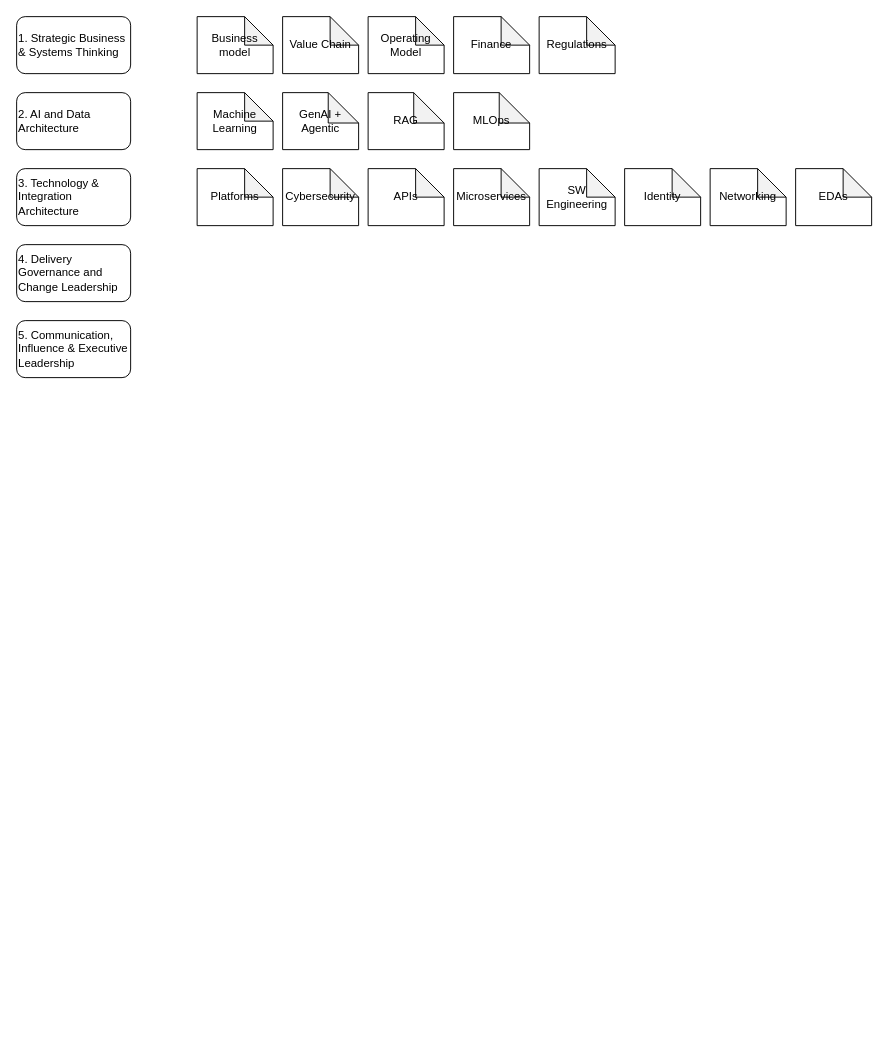
Earlier version of the draw.io diagram page "EA Competencies" (1 of 2) of assets/E_A_Skillsets.drawio (knaidoo/github-slideshow). Source tidied: cells renumbered, new cells numbered last; positions are measured from the earlier drawing's top-left corner, leaving out a move shared by most shapes. Both pictures are drawn from the tidied source at 95%, with x=0, y=0 at pixel (16, 16).
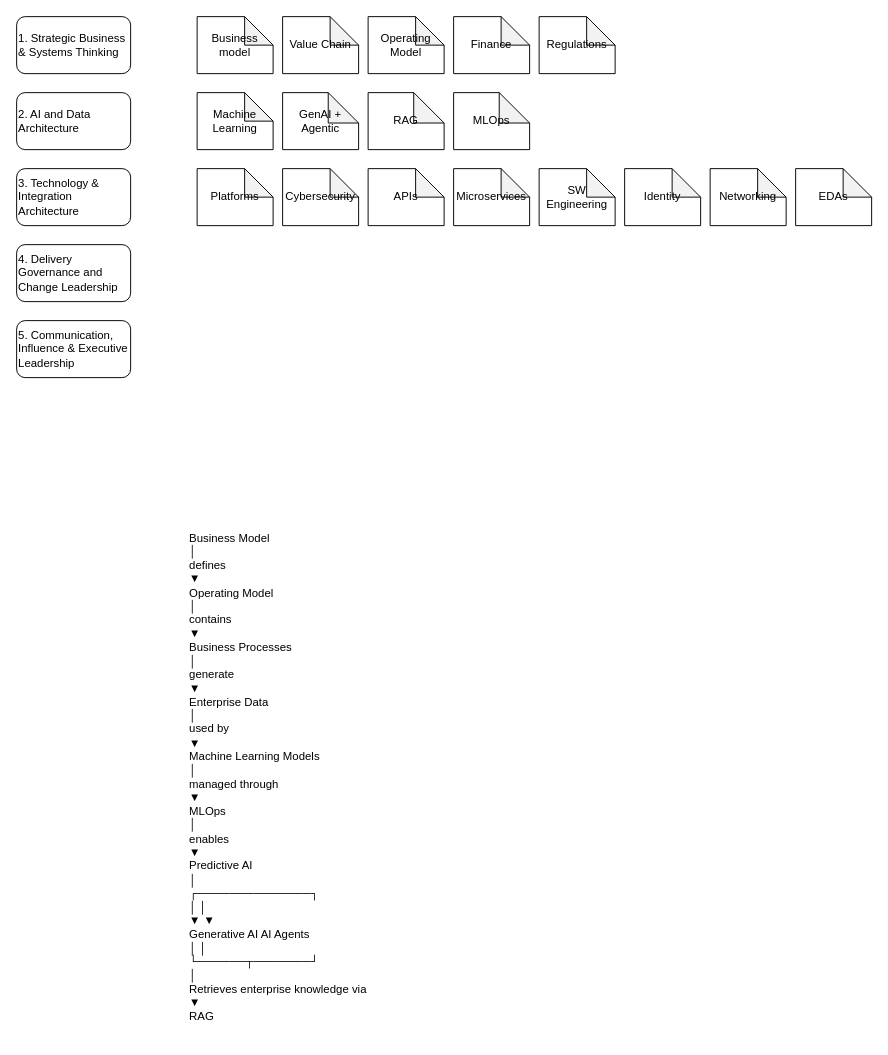
The same diagram, later.

Change to the diagram source:
```diff
@@
+    <mxCell id="24" value="Business Model &#10;      │ &#10;defines &#10;      ▼ &#10;Operating Model &#10;      │ &#10;contains &#10;      ▼ &#10;Business Processes &#10;      │ &#10;generate &#10;      ▼ &#10;Enterprise Data &#10;      │ &#10;used by &#10;      ▼ &#10;Machine Learning Models &#10;      │ &#10;managed through &#10;      ▼ &#10;MLOps &#10;      │ &#10;enables &#10;      ▼ &#10;Predictive AI &#10;      │ &#10;             ┌──────────────┐ &#10;             │              │ &#10;             ▼              ▼ &#10;      Generative AI       AI Agents &#10;             │              │ &#10;             └──────┬───────┘ &#10;                    │ &#10;         Retrieves enterprise knowledge via &#10;                    ▼ &#10;                  RAG" style="text;whiteSpace=wrap;html=1;" parent="1" vertex="1">
+      <mxGeometry x="180" y="535" width="220" height="540" as="geometry" />
+    </mxCell>
```
